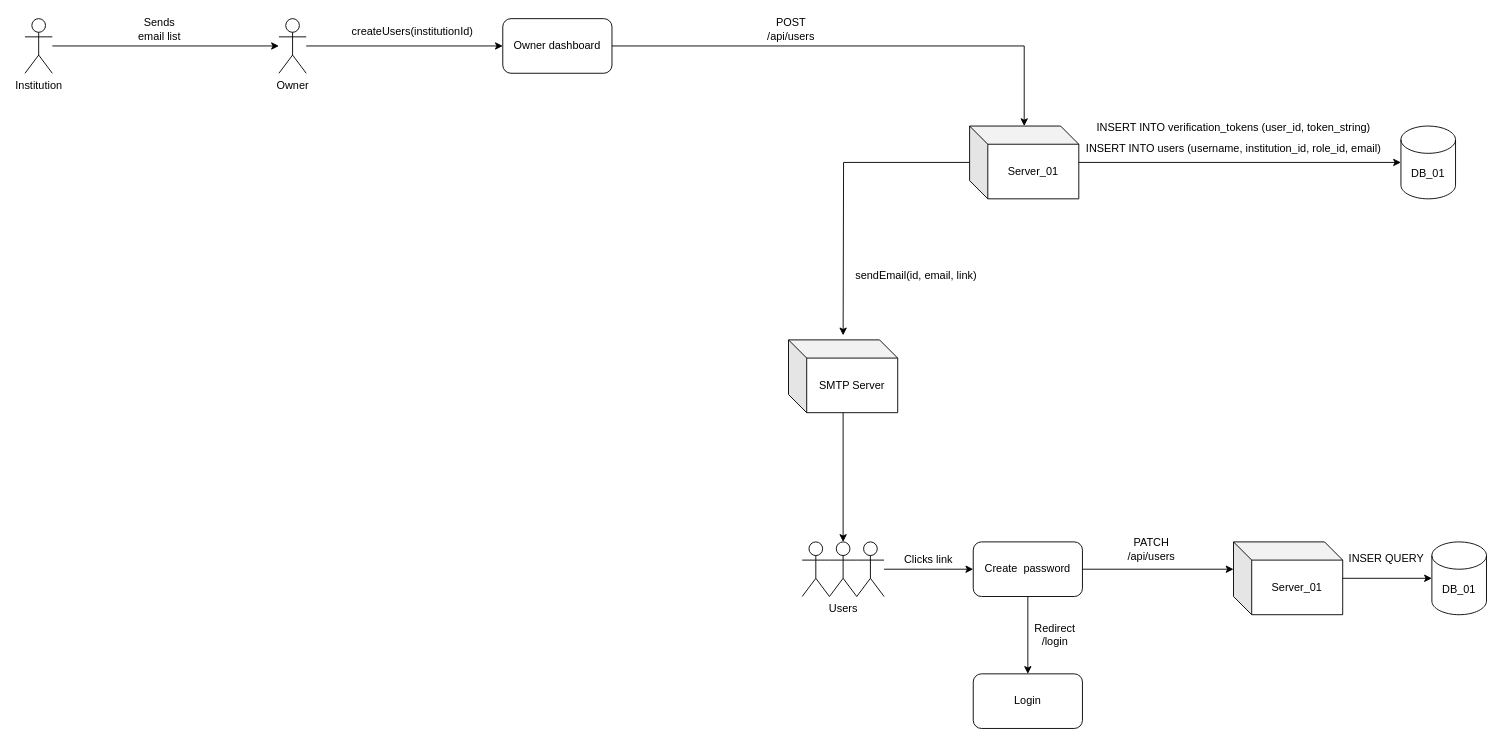
Before: FlowUserCreation.drawio in MDKHSecurity/uml, a draw.io diagram. Source tidied: cells renumbered, new cells numbered last; positions are measured from the earlier drawing's top-left corner, leaving out a move shared by most shapes. Both pictures are drawn from the tidied source at 91%, with x=0, y=0 at pixel (25, 15).
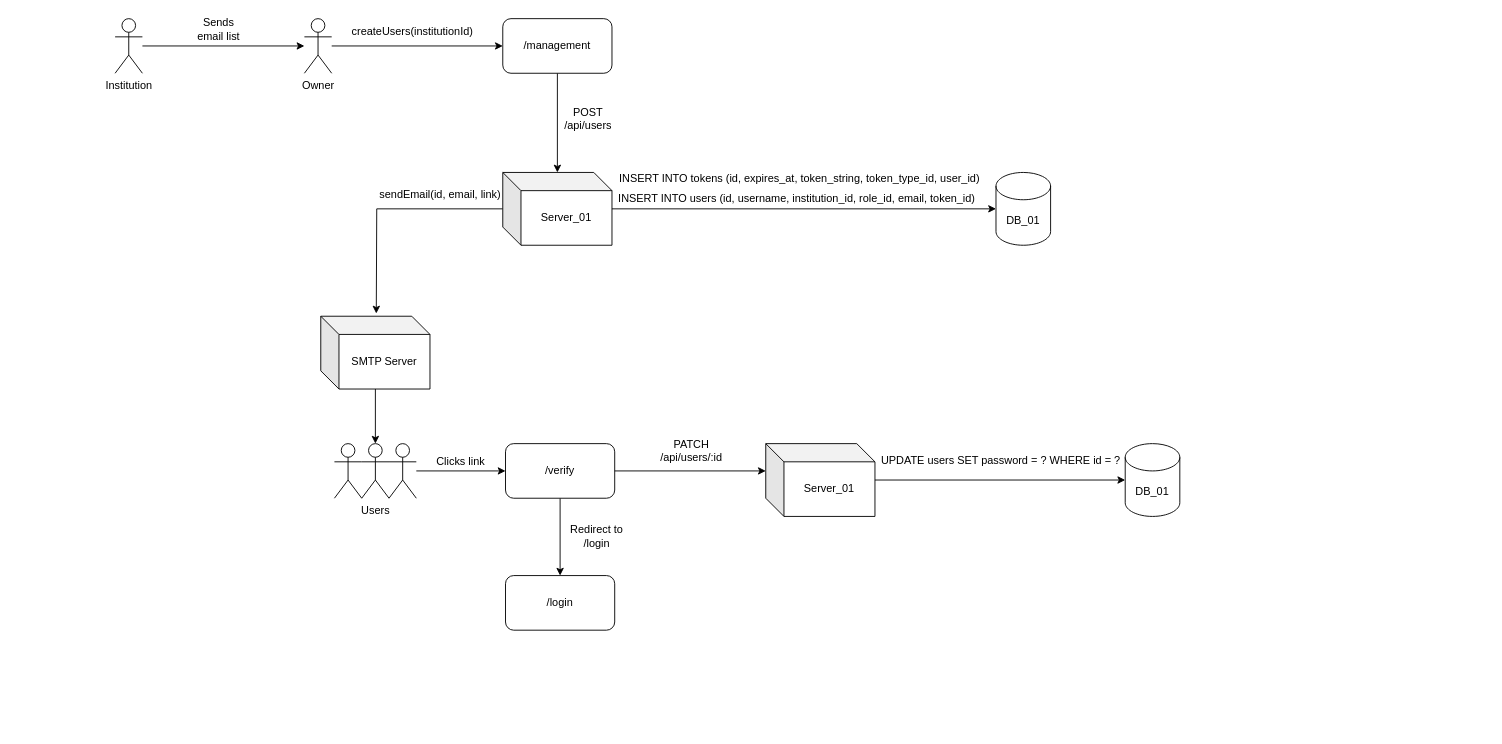
The same diagram, later.

Diff of the diagram source:
```diff
@@
     <mxCell id="2" value="Users" style="shape=umlActor;verticalLabelPosition=bottom;verticalAlign=top;html=1;outlineConnect=0;" parent="1" vertex="1">
-      <mxGeometry x="884" y="578" width="30" height="60" as="geometry" />
+      <mxGeometry x="370" y="470" width="30" height="60" as="geometry" />
     </mxCell>
@@
     <mxCell id="4" value="Institution" style="shape=umlActor;verticalLabelPosition=bottom;verticalAlign=top;html=1;outlineConnect=0;" parent="1" vertex="1">
-      <mxGeometry y="3" width="30" height="60" as="geometry" />
+      <mxGeometry x="99" y="3" width="30" height="60" as="geometry" />
     </mxCell>
@@
     <mxCell id="6" value="Owner" style="shape=umlActor;verticalLabelPosition=bottom;verticalAlign=top;html=1;outlineConnect=0;" parent="1" vertex="1">
-      <mxGeometry x="279" y="3" width="30" height="60" as="geometry" />
+      <mxGeometry x="307" y="3" width="30" height="60" as="geometry" />
     </mxCell>
     <mxCell id="7" value="Sends email list" style="text;html=1;align=center;verticalAlign=middle;whiteSpace=wrap;rounded=0;" parent="1" vertex="1">
-      <mxGeometry x="118" width="60" height="30" as="geometry" />
+      <mxGeometry x="183" width="60" height="30" as="geometry" />
     </mxCell>
@@
-    <mxCell id="9" value="Owner dashboard" style="rounded=1;whiteSpace=wrap;html=1;" parent="1" vertex="1">
+    <mxCell id="9" value="/management" style="rounded=1;whiteSpace=wrap;html=1;" parent="1" vertex="1">
       <mxGeometry x="525" y="3" width="120" height="60" as="geometry" />
     </mxCell>
@@
     <mxCell id="11" value="DB_01" style="shape=cylinder3;whiteSpace=wrap;html=1;boundedLbl=1;backgroundOutline=1;size=15;" parent="1" vertex="1">
-      <mxGeometry x="1512" y="121" width="60" height="80" as="geometry" />
+      <mxGeometry x="1067" y="172" width="60" height="80" as="geometry" />
     </mxCell>
     <mxCell id="12" style="edgeStyle=orthogonalEdgeStyle;rounded=0;jettySize=auto;html=1;" parent="1" edge="1" source="13">
       <mxGeometry relative="1" as="geometry">
-        <mxPoint x="899" y="351" as="targetPoint" />
+        <mxPoint x="386" y="327" as="targetPoint" />
       </mxGeometry>
     </mxCell>
     <mxCell id="13" value="Server_01" style="shape=cube;whiteSpace=wrap;html=1;boundedLbl=1;backgroundOutline=1;darkOpacity=0.05;darkOpacity2=0.1;" parent="1" vertex="1">
-      <mxGeometry x="1038" y="121" width="120" height="80" as="geometry" />
+      <mxGeometry x="525" y="172" width="120" height="80" as="geometry" />
     </mxCell>
     <mxCell id="14" value="POST&lt;br&gt;/api/users" style="text;html=1;align=center;verticalAlign=middle;whiteSpace=wrap;rounded=0;" parent="1" vertex="1">
-      <mxGeometry x="812" width="60" height="30" as="geometry" />
+      <mxGeometry x="589" y="98" width="60" height="30" as="geometry" />
     </mxCell>
@@
-    <mxCell id="16" value="&lt;div&gt;INSERT INTO users (username, institution_id, role_id, email)&amp;nbsp;&lt;/div&gt;" style="text;html=1;align=center;verticalAlign=middle;whiteSpace=wrap;rounded=0;" parent="1" vertex="1">
-      <mxGeometry x="1162" y="131" width="336" height="30" as="geometry" />
+    <mxCell id="16" value="&lt;div&gt;INSERT INTO users (id, username, institution_id, role_id, email, token_id)&amp;nbsp;&lt;/div&gt;" style="text;html=1;align=center;verticalAlign=middle;whiteSpace=wrap;rounded=0;" parent="1" vertex="1">
+      <mxGeometry x="607" y="186" width="486" height="30" as="geometry" />
     </mxCell>
@@
     <mxCell id="18" value="SMTP Server" style="shape=cube;whiteSpace=wrap;html=1;boundedLbl=1;backgroundOutline=1;darkOpacity=0.05;darkOpacity2=0.1;" parent="1" vertex="1">
-      <mxGeometry x="839" y="356" width="120" height="80" as="geometry" />
+      <mxGeometry x="325" y="330" width="120" height="80" as="geometry" />
     </mxCell>
     <mxCell id="19" value="sendEmail(id, email, link)" style="text;html=1;align=center;verticalAlign=middle;whiteSpace=wrap;rounded=0;" parent="1" vertex="1">
-      <mxGeometry x="899" y="271" width="161" height="30" as="geometry" />
+      <mxGeometry x="376" y="182" width="161" height="30" as="geometry" />
     </mxCell>
@@
     <mxCell id="21" style="shape=umlActor;verticalLabelPosition=bottom;verticalAlign=top;html=1;outlineConnect=0;" parent="1" vertex="1">
-      <mxGeometry x="914" y="578" width="30" height="60" as="geometry" />
+      <mxGeometry x="400" y="470" width="30" height="60" as="geometry" />
     </mxCell>
     <mxCell id="22" style="shape=umlActor;verticalLabelPosition=bottom;verticalAlign=top;html=1;" parent="1" vertex="1">
-      <mxGeometry x="854" y="578" width="30" height="60" as="geometry" />
+      <mxGeometry x="340" y="470" width="30" height="60" as="geometry" />
     </mxCell>
-    <mxCell id="23" value="&lt;div&gt;INSERT INTO verification_tokens (user_id, token_string)&amp;nbsp;&lt;/div&gt;" style="text;html=1;align=center;verticalAlign=middle;whiteSpace=wrap;rounded=0;" parent="1" vertex="1">
-      <mxGeometry x="1162" y="108" width="336" height="30" as="geometry" />
+    <mxCell id="23" value="&lt;div&gt;INSERT INTO tokens (id, expires_at,&amp;nbsp;&lt;span style=&quot;background-color: initial;&quot;&gt;token_string,&lt;/span&gt;&lt;span style=&quot;background-color: initial;&quot;&gt;&amp;nbsp;token_type_id,&amp;nbsp;&lt;/span&gt;&lt;span style=&quot;background-color: initial;&quot;&gt;user_id&lt;/span&gt;&lt;span style=&quot;background-color: initial;&quot;&gt;)&amp;nbsp;&lt;/span&gt;&lt;/div&gt;" style="text;html=1;align=center;verticalAlign=middle;whiteSpace=wrap;rounded=0;" parent="1" vertex="1">
+      <mxGeometry x="635" y="164" width="436" height="30" as="geometry" />
     </mxCell>
@@
-    <mxCell id="25" value="Create&amp;nbsp; password" style="rounded=1;whiteSpace=wrap;html=1;" parent="1" vertex="1">
-      <mxGeometry x="1042" y="578" width="120" height="60" as="geometry" />
+    <mxCell id="25" value="/verify" style="rounded=1;whiteSpace=wrap;html=1;" parent="1" vertex="1">
+      <mxGeometry x="528" y="470" width="120" height="60" as="geometry" />
     </mxCell>
     <mxCell id="26" value="Clicks link" style="text;html=1;align=center;verticalAlign=middle;whiteSpace=wrap;rounded=0;" parent="1" vertex="1">
-      <mxGeometry x="963" y="583" width="60" height="30" as="geometry" />
+      <mxGeometry x="449" y="475" width="60" height="30" as="geometry" />
     </mxCell>
     <mxCell id="27" value="Server_01" style="shape=cube;whiteSpace=wrap;html=1;boundedLbl=1;backgroundOutline=1;darkOpacity=0.05;darkOpacity2=0.1;" parent="1" vertex="1">
-      <mxGeometry x="1328" y="578" width="120" height="80" as="geometry" />
+      <mxGeometry x="814" y="470" width="120" height="80" as="geometry" />
     </mxCell>
@@
     <mxCell id="29" value="DB_01" style="shape=cylinder3;whiteSpace=wrap;html=1;boundedLbl=1;backgroundOutline=1;size=15;" parent="1" vertex="1">
-      <mxGeometry x="1546" y="578" width="60" height="80" as="geometry" />
+      <mxGeometry x="1209" y="470" width="60" height="80" as="geometry" />
     </mxCell>
@@
-    <mxCell id="31" value="PATCH&lt;div&gt;/api/users&lt;/div&gt;" style="text;html=1;align=center;verticalAlign=middle;whiteSpace=wrap;rounded=0;" parent="1" vertex="1">
-      <mxGeometry x="1208" y="571" width="60" height="30" as="geometry" />
+    <mxCell id="31" value="PATCH&lt;div&gt;/api/users/:id&lt;/div&gt;" style="text;html=1;align=center;verticalAlign=middle;whiteSpace=wrap;rounded=0;" parent="1" vertex="1">
+      <mxGeometry x="694" y="463" width="77" height="30" as="geometry" />
     </mxCell>
-    <mxCell id="32" value="&lt;div style=&quot;text-align: center;&quot;&gt;&lt;span style=&quot;background-color: initial;&quot;&gt;INSER QUERY&lt;/span&gt;&lt;/div&gt;" style="text;whiteSpace=wrap;html=1;" parent="1" vertex="1">
-      <mxGeometry x="1453" y="583" width="88" height="36" as="geometry" />
+    <mxCell id="32" value="&lt;div style=&quot;text-align: center;&quot;&gt;UPDATE users SET password = ? WHERE id = ?&lt;/div&gt;" style="text;whiteSpace=wrap;html=1;" parent="1" vertex="1">
+      <mxGeometry x="939" y="475" width="270" height="36" as="geometry" />
     </mxCell>
-    <mxCell id="33" value="Login" style="rounded=1;whiteSpace=wrap;html=1;" parent="1" vertex="1">
-      <mxGeometry x="1042" y="723" width="120" height="60" as="geometry" />
+    <mxCell id="33" value="/login" style="rounded=1;whiteSpace=wrap;html=1;" parent="1" vertex="1">
+      <mxGeometry x="528" y="615" width="120" height="60" as="geometry" />
     </mxCell>
-    <mxCell id="34" value="Redirect&lt;div&gt;/login&lt;/div&gt;" style="text;html=1;align=center;verticalAlign=middle;whiteSpace=wrap;rounded=0;" parent="1" vertex="1">
-      <mxGeometry x="1102" y="665" width="60" height="30" as="geometry" />
+    <mxCell id="34" value="Redirect to&lt;div&gt;/login&lt;/div&gt;" style="text;html=1;align=center;verticalAlign=middle;whiteSpace=wrap;rounded=0;" parent="1" vertex="1">
+      <mxGeometry x="588" y="557" width="81" height="30" as="geometry" />
     </mxCell>
```
